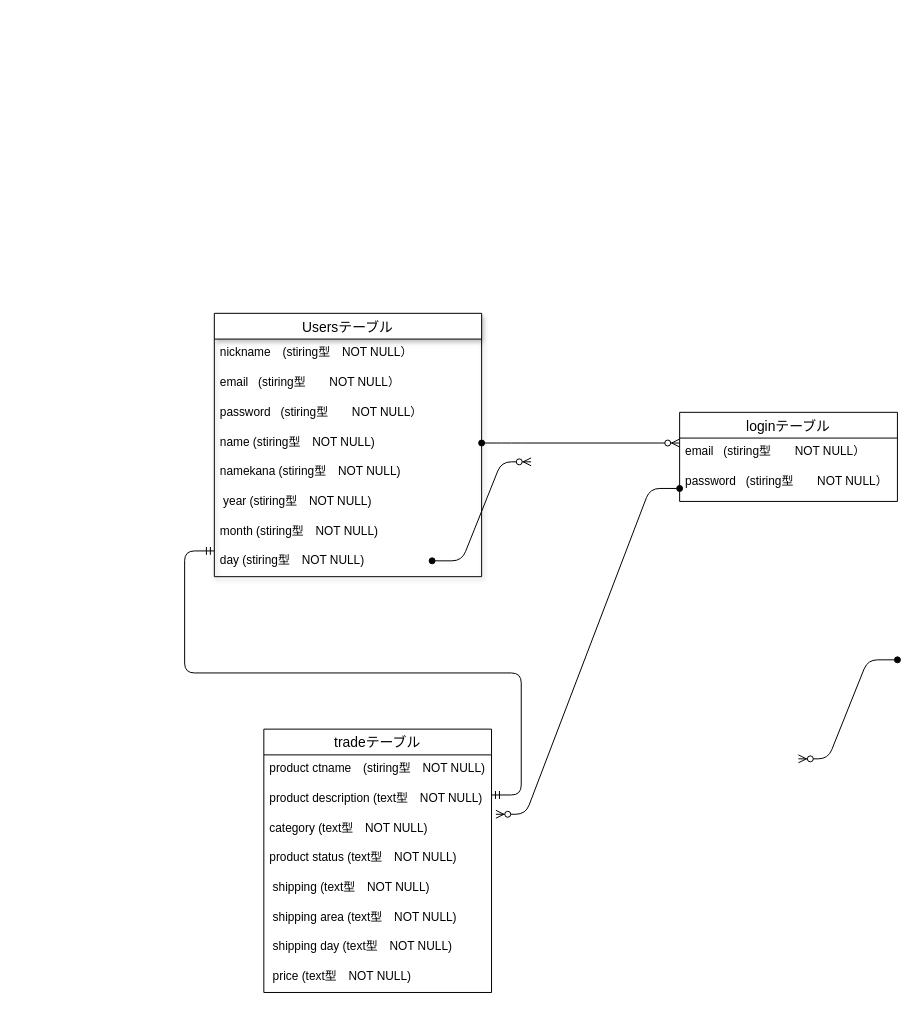
The draw.io diagram app/views/happy.dio in Akiyoshi7922/furima-35424, before the edit. Source tidied: cells renumbered, new cells numbered last; positions are measured from the earlier drawing's top-left corner, leaving out a move shared by most shapes. Both pictures are drawn from the tidied source at 99%, with x=0, y=0 at pixel (214, 313).
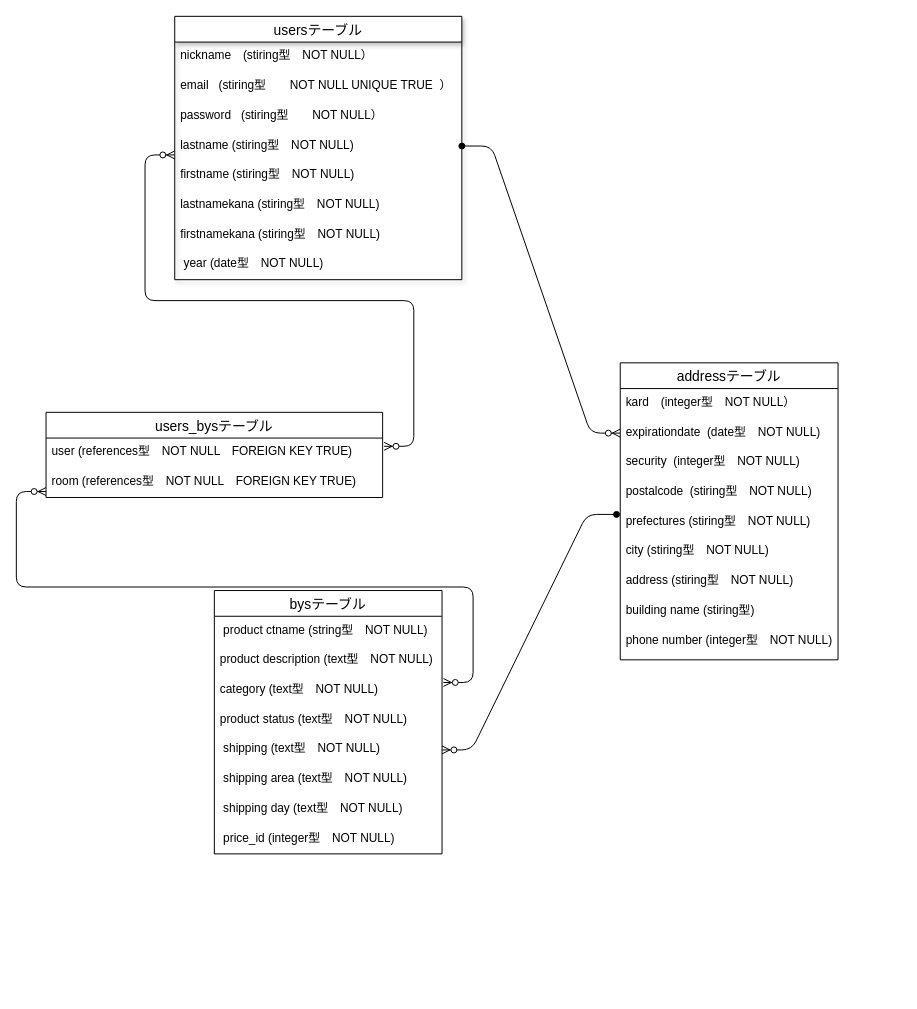
The same page after the edit.

Commit message (it also covers changes not shown here):
修正しました！

The change refers to these unchanged cells:
```xml
<mxCell id="19" value="category (text型　NOT NULL)" style="text;strokeColor=none;fillColor=none;spacingLeft=4;spacingRight=4;overflow=hidden;points=[[0,0.5],[1,0.5]];portConstraint=eastwest;fontSize=12;" parent="16" vertex="1">
  <mxGeometry y="86" width="230" height="30" as="geometry" />
</mxCell>
<mxCell id="21" value=" shipping (text型　NOT NULL)" style="text;strokeColor=none;fillColor=none;spacingLeft=4;spacingRight=4;overflow=hidden;points=[[0,0.5],[1,0.5]];portConstraint=eastwest;fontSize=12;" parent="16" vertex="1">
  <mxGeometry y="146" width="230" height="30" as="geometry" />
</mxCell>
```

Change to the diagram source:
```diff
@@
-    <mxCell id="2" value="Usersテーブル" style="swimlane;fontStyle=0;horizontal=1;startSize=26;align=center;fontSize=14;shadow=1;" parent="1" vertex="1">
-      <mxGeometry width="270" height="266" as="geometry" />
+    <mxCell id="2" value="usersテーブル" style="swimlane;fontStyle=0;horizontal=1;startSize=26;align=center;fontSize=14;shadow=1;" parent="1" vertex="1">
+      <mxGeometry x="-40" y="-300" width="290" height="266" as="geometry" />
     </mxCell>
     <mxCell id="3" value="nickname　(stiring型　NOT NULL）" style="text;strokeColor=none;fillColor=none;spacingLeft=4;spacingRight=4;overflow=hidden;fontSize=12;" parent="2" vertex="1">
-      <mxGeometry y="26" width="270" height="30" as="geometry" />
+      <mxGeometry y="26" width="290" height="30" as="geometry" />
     </mxCell>
-    <mxCell id="4" value="email   (stiring型　　NOT NULL）&#10;" style="text;strokeColor=none;fillColor=none;spacingLeft=4;spacingRight=4;overflow=hidden;fontSize=12;fontStyle=0;" parent="2" vertex="1">
-      <mxGeometry y="56" width="270" height="30" as="geometry" />
+    <mxCell id="4" value="email   (stiring型　　NOT NULL UNIQUE TRUE  ）&#10;" style="text;strokeColor=none;fillColor=none;spacingLeft=4;spacingRight=4;overflow=hidden;fontSize=12;fontStyle=0;" parent="2" vertex="1">
+      <mxGeometry y="56" width="290" height="30" as="geometry" />
     </mxCell>
     <mxCell id="5" value="password   (stiring型　　NOT NULL）&#10;" style="text;strokeColor=none;fillColor=none;spacingLeft=4;spacingRight=4;overflow=hidden;fontSize=12;fontStyle=0;" parent="2" vertex="1">
-      <mxGeometry y="86" width="270" height="30" as="geometry" />
+      <mxGeometry y="86" width="290" height="30" as="geometry" />
     </mxCell>
-    <mxCell id="6" value="name (stiring型　NOT NULL)&#10;" style="text;strokeColor=none;fillColor=none;spacingLeft=4;spacingRight=4;overflow=hidden;points=[[0,0.5],[1,0.5]];portConstraint=eastwest;fontSize=12;fontStyle=0;" parent="2" vertex="1">
-      <mxGeometry y="116" width="270" height="30" as="geometry" />
+    <mxCell id="6" value="lastname (stiring型　NOT NULL)&#10;" style="text;strokeColor=none;fillColor=none;spacingLeft=4;spacingRight=4;overflow=hidden;points=[[0,0.5],[1,0.5]];portConstraint=eastwest;fontSize=12;fontStyle=0;" parent="2" vertex="1">
+      <mxGeometry y="116" width="290" height="30" as="geometry" />
     </mxCell>
+    <mxCell id="28" value="firstname (stiring型　NOT NULL)&#10;" style="text;strokeColor=none;fillColor=none;spacingLeft=4;spacingRight=4;overflow=hidden;fontSize=12;fontStyle=0;" parent="2" vertex="1">
+      <mxGeometry y="146" width="290" height="30" as="geometry" />
+    </mxCell>
-    <mxCell id="7" value="namekana (stiring型　NOT NULL)&#10;" style="text;strokeColor=none;fillColor=none;spacingLeft=4;spacingRight=4;overflow=hidden;fontSize=12;fontStyle=0;" parent="2" vertex="1">
-      <mxGeometry y="146" width="270" height="30" as="geometry" />
+    <mxCell id="7" value="lastnamekana (stiring型　NOT NULL)&#10;" style="text;strokeColor=none;fillColor=none;spacingLeft=4;spacingRight=4;overflow=hidden;fontSize=12;fontStyle=0;" parent="2" vertex="1">
+      <mxGeometry y="176" width="290" height="30" as="geometry" />
     </mxCell>
+    <mxCell id="29" value="firstnamekana (stiring型　NOT NULL)&#10;" style="text;strokeColor=none;fillColor=none;spacingLeft=4;spacingRight=4;overflow=hidden;fontSize=12;fontStyle=0;" parent="2" vertex="1">
+      <mxGeometry y="206" width="290" height="30" as="geometry" />
+    </mxCell>
-    <mxCell id="8" value=" year (stiring型　NOT NULL)&#10;" style="text;strokeColor=none;fillColor=none;spacingLeft=4;spacingRight=4;overflow=hidden;fontSize=12;fontStyle=0;" parent="2" vertex="1">
-      <mxGeometry y="176" width="270" height="30" as="geometry" />
+    <mxCell id="8" value=" year (date型　NOT NULL)&#10;" style="text;strokeColor=none;fillColor=none;spacingLeft=4;spacingRight=4;overflow=hidden;fontSize=12;fontStyle=0;" parent="2" vertex="1">
+      <mxGeometry y="236" width="290" height="30" as="geometry" />
     </mxCell>
-    <mxCell id="9" value="month (stiring型　NOT NULL)&#10;" style="text;strokeColor=none;fillColor=none;spacingLeft=4;spacingRight=4;overflow=hidden;fontSize=12;fontStyle=0;" parent="2" vertex="1">
-      <mxGeometry y="206" width="270" height="30" as="geometry" />
-    </mxCell>
-    <mxCell id="10" value="day (stiring型　NOT NULL)&#10;" style="text;strokeColor=none;fillColor=none;spacingLeft=4;spacingRight=4;overflow=hidden;fontSize=12;fontStyle=0;" parent="2" vertex="1">
-      <mxGeometry y="236" width="270" height="30" as="geometry" />
-    </mxCell>
-    <mxCell id="11" style="edgeStyle=entityRelationEdgeStyle;fontSize=12;html=1;endArrow=ERzeroToMany;startArrow=oval;entryX=-0.02;entryY=0.733;entryDx=0;entryDy=0;entryPerimeter=0;startFill=1;" parent="1" edge="1">
-      <mxGeometry relative="1" as="geometry">
-        <mxPoint x="220" y="250" as="sourcePoint" />
-        <mxPoint x="320" y="150" as="targetPoint" />
-      </mxGeometry>
-    </mxCell>
-    <mxCell id="12" style="edgeStyle=entityRelationEdgeStyle;fontSize=12;html=1;endArrow=oval;startArrow=ERzeroToMany;endFill=1;startFill=1;" parent="1" edge="1">
-      <mxGeometry relative="1" as="geometry">
-        <mxPoint x="590" y="450" as="sourcePoint" />
-        <mxPoint x="690" y="350" as="targetPoint" />
-      </mxGeometry>
-    </mxCell>
-    <mxCell id="13" value="loginテーブル" style="swimlane;fontStyle=0;horizontal=1;startSize=26;align=center;fontSize=14;" parent="1" vertex="1">
-      <mxGeometry x="470" y="100" width="220" height="90" as="geometry" />
-    </mxCell>
-    <mxCell id="14" value="email   (stiring型　　NOT NULL）&#10;" style="text;strokeColor=none;fillColor=none;spacingLeft=4;spacingRight=4;overflow=hidden;fontSize=12;fontStyle=0;" parent="13" vertex="1">
-      <mxGeometry y="26" width="220" height="30" as="geometry" />
-    </mxCell>
-    <mxCell id="15" value="password   (stiring型　　NOT NULL）&#10;" style="text;strokeColor=none;fillColor=none;spacingLeft=4;spacingRight=4;overflow=hidden;fontSize=12;fontStyle=0;" parent="13" vertex="1">
-      <mxGeometry y="56" width="220" height="34" as="geometry" />
-    </mxCell>
-    <mxCell id="16" value="tradeテーブル" style="swimlane;fontStyle=0;horizontal=1;startSize=26;align=center;fontSize=14;" parent="1" vertex="1">
-      <mxGeometry x="50" y="420" width="230" height="266" as="geometry" />
+    <mxCell id="16" value="bysテーブル" style="swimlane;fontStyle=0;horizontal=1;startSize=26;align=center;fontSize=14;" parent="1" vertex="1">
+      <mxGeometry y="280" width="230" height="266" as="geometry" />
     </mxCell>
-    <mxCell id="17" value="product ctname　(stiring型　NOT NULL)" style="text;strokeColor=none;fillColor=none;spacingLeft=4;spacingRight=4;overflow=hidden;fontSize=12;" parent="16" vertex="1">
-      <mxGeometry y="26" width="230" height="30" as="geometry" />
-    </mxCell>
+    <mxCell id="30" value=" product ctname (string型　NOT NULL)" style="text;strokeColor=none;fillColor=none;spacingLeft=4;spacingRight=4;overflow=hidden;fontSize=12;" parent="16" vertex="1">
+      <mxGeometry y="26" width="230" height="30" as="geometry" />
+    </mxCell>
@@
-    <mxCell id="24" value=" price (text型　NOT NULL)" style="text;strokeColor=none;fillColor=none;spacingLeft=4;spacingRight=4;overflow=hidden;fontSize=12;" parent="16" vertex="1">
+    <mxCell id="24" value=" price_id (integer型　NOT NULL)" style="text;strokeColor=none;fillColor=none;spacingLeft=4;spacingRight=4;overflow=hidden;fontSize=12;" parent="16" vertex="1">
       <mxGeometry y="236" width="230" height="30" as="geometry" />
     </mxCell>
-    <mxCell id="25" style="edgeStyle=entityRelationEdgeStyle;fontSize=12;html=1;endArrow=ERzeroToMany;endFill=1;startArrow=oval;startFill=1;exitX=1;exitY=0.5;exitDx=0;exitDy=0;" parent="1" edge="1" source="6">
-      <mxGeometry relative="1" as="geometry">
-        <mxPoint x="470" y="131" as="targetPoint" />
-      </mxGeometry>
+    <mxCell id="25" style="edgeStyle=entityRelationEdgeStyle;fontSize=12;html=1;endArrow=ERzeroToMany;endFill=1;startArrow=oval;startFill=1;exitX=1;exitY=0.5;exitDx=0;exitDy=0;" parent="1" edge="1" source="6" target="33">
+      <mxGeometry relative="1" as="geometry" />
     </mxCell>
-    <mxCell id="26" style="edgeStyle=entityRelationEdgeStyle;fontSize=12;html=1;endArrow=oval;endFill=1;startArrow=ERzeroToMany;startFill=1;exitX=1.01;exitY=0.43;exitDx=0;exitDy=0;exitPerimeter=0;entryX=-0.011;entryY=0.679;entryDx=0;entryDy=0;entryPerimeter=0;" parent="1" edge="1">
-      <mxGeometry relative="1" as="geometry">
-        <mxPoint x="284.4" y="506" as="sourcePoint" />
-        <mxPoint x="470" y="176.9" as="targetPoint" />
-      </mxGeometry>
+    <mxCell id="26" style="edgeStyle=entityRelationEdgeStyle;fontSize=12;html=1;endArrow=oval;endFill=1;startArrow=ERzeroToMany;startFill=1;exitX=1;exitY=0.5;exitDx=0;exitDy=0;entryX=-0.017;entryY=0.237;entryDx=0;entryDy=0;entryPerimeter=0;" parent="1" edge="1" source="21" target="36">
+      <mxGeometry relative="1" as="geometry" />
     </mxCell>
-    <mxCell id="27" style="edgeStyle=entityRelationEdgeStyle;fontSize=12;html=1;endArrow=ERmandOne;startArrow=ERmandOne;exitX=1;exitY=0.25;exitDx=0;exitDy=0;" parent="1" edge="1" source="16">
-      <mxGeometry relative="1" as="geometry">
-        <mxPoint y="240" as="targetPoint" />
-      </mxGeometry>
-    </mxCell>
+    <mxCell id="31" value="addressテーブル" style="swimlane;fontStyle=0;horizontal=1;startSize=26;align=center;fontSize=14;" parent="1" vertex="1">
+      <mxGeometry x="410" y="50" width="220" height="300" as="geometry" />
+    </mxCell>
+    <mxCell id="32" value="kard　(integer型　NOT NULL）" style="text;strokeColor=none;fillColor=none;spacingLeft=4;spacingRight=4;overflow=hidden;fontSize=12;" parent="31" vertex="1">
+      <mxGeometry y="26" width="220" height="30" as="geometry" />
+    </mxCell>
+    <mxCell id="33" value="expirationdate  (date型　NOT NULL)&#10;" style="text;strokeColor=none;fillColor=none;spacingLeft=4;spacingRight=4;overflow=hidden;points=[[0,0.5],[1,0.5]];portConstraint=eastwest;fontSize=12;" parent="31" vertex="1">
+      <mxGeometry y="56" width="220" height="30" as="geometry" />
+    </mxCell>
+    <mxCell id="34" value="security  (integer型　NOT NULL)&#10;" style="text;strokeColor=none;fillColor=none;spacingLeft=4;spacingRight=4;overflow=hidden;fontSize=12;" parent="31" vertex="1">
+      <mxGeometry y="86" width="220" height="30" as="geometry" />
+    </mxCell>
+    <mxCell id="35" value="postalcode  (stiring型　NOT NULL)&#10;" style="text;strokeColor=none;fillColor=none;spacingLeft=4;spacingRight=4;overflow=hidden;fontSize=12;" parent="31" vertex="1">
+      <mxGeometry y="116" width="220" height="30" as="geometry" />
+    </mxCell>
+    <mxCell id="36" value="prefectures (stiring型　NOT NULL)&#10;" style="text;strokeColor=none;fillColor=none;spacingLeft=4;spacingRight=4;overflow=hidden;points=[[0,0.5],[1,0.5]];portConstraint=eastwest;fontSize=12;" parent="31" vertex="1">
+      <mxGeometry y="146" width="220" height="30" as="geometry" />
+    </mxCell>
+    <mxCell id="37" value="city (stiring型　NOT NULL)&#10;" style="text;strokeColor=none;fillColor=none;spacingLeft=4;spacingRight=4;overflow=hidden;fontSize=12;" parent="31" vertex="1">
+      <mxGeometry y="176" width="220" height="30" as="geometry" />
+    </mxCell>
+    <mxCell id="38" value="address (stiring型　NOT NULL)&#10;" style="text;strokeColor=none;fillColor=none;spacingLeft=4;spacingRight=4;overflow=hidden;fontSize=12;" parent="31" vertex="1">
+      <mxGeometry y="206" width="220" height="30" as="geometry" />
+    </mxCell>
+    <mxCell id="39" value="building name (stiring型)&#10;" style="text;strokeColor=none;fillColor=none;spacingLeft=4;spacingRight=4;overflow=hidden;fontSize=12;" parent="31" vertex="1">
+      <mxGeometry y="236" width="220" height="30" as="geometry" />
+    </mxCell>
+    <mxCell id="40" value="phone number (integer型　NOT NULL)&#10;" style="text;strokeColor=none;fillColor=none;spacingLeft=4;spacingRight=4;overflow=hidden;fontSize=12;fontStyle=0;" parent="31" vertex="1">
+      <mxGeometry y="266" width="220" height="34" as="geometry" />
+    </mxCell>
+    <mxCell id="41" value="users_bysテーブル" style="swimlane;fontStyle=0;horizontal=1;startSize=26;align=center;fontSize=14;" parent="1" vertex="1">
+      <mxGeometry x="-170" y="100" width="340" height="86" as="geometry" />
+    </mxCell>
+    <mxCell id="42" value="user (references型　NOT NULL　FOREIGN KEY TRUE)" style="text;strokeColor=none;fillColor=none;spacingLeft=4;spacingRight=4;overflow=hidden;fontSize=12;" parent="41" vertex="1">
+      <mxGeometry y="26" width="340" height="30" as="geometry" />
+    </mxCell>
+    <mxCell id="43" value="room (references型　NOT NULL　FOREIGN KEY TRUE)" style="text;strokeColor=none;fillColor=none;spacingLeft=4;spacingRight=4;overflow=hidden;fontSize=12;" parent="41" vertex="1">
+      <mxGeometry y="56" width="340" height="30" as="geometry" />
+    </mxCell>
+    <mxCell id="44" style="edgeStyle=entityRelationEdgeStyle;fontSize=12;html=1;endArrow=ERzeroToMany;endFill=1;exitX=1.009;exitY=0.086;exitDx=0;exitDy=0;exitPerimeter=0;startArrow=ERzeroToMany;startFill=1;" parent="1" edge="1">
+      <mxGeometry relative="1" as="geometry">
+        <mxPoint x="171.5" y="134.3" as="sourcePoint" />
+        <mxPoint x="-40" y="-160" as="targetPoint" />
+      </mxGeometry>
+    </mxCell>
+    <mxCell id="45" style="edgeStyle=entityRelationEdgeStyle;fontSize=12;html=1;endArrow=ERzeroToMany;endFill=1;exitX=1.006;exitY=0.229;exitDx=0;exitDy=0;exitPerimeter=0;startArrow=ERzeroToMany;startFill=1;" parent="1" edge="1" source="19">
+      <mxGeometry relative="1" as="geometry">
+        <mxPoint x="-170" y="180" as="targetPoint" />
+      </mxGeometry>
+    </mxCell>
```
